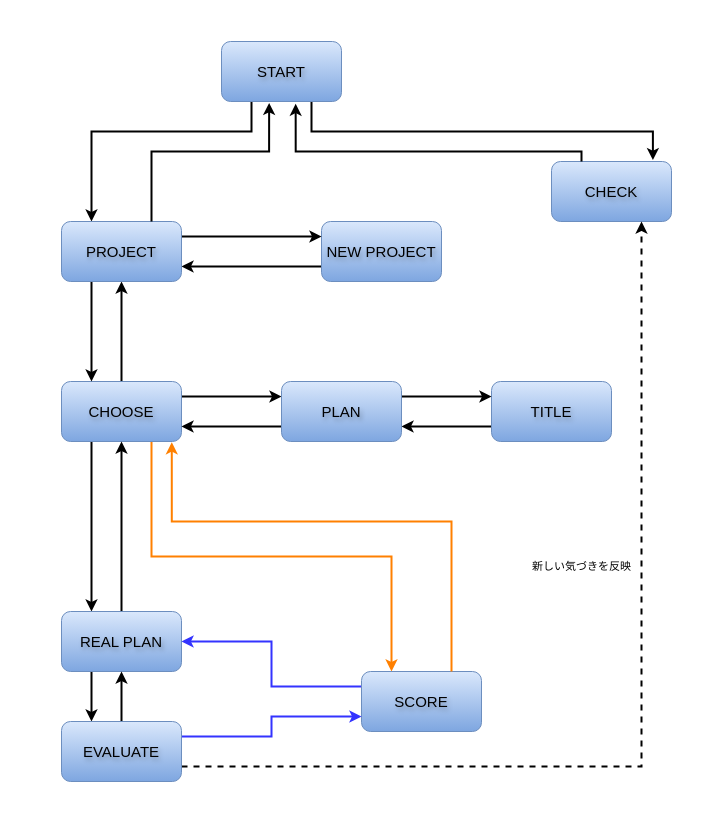
The draw.io diagram docs/flow.dio in exuniqx/re-plan, before the edit. Source tidied: cells renumbered, new cells numbered last; positions are measured from the earlier drawing's top-left corner, leaving out a move shared by most shapes. Both pictures are drawn from the tidied source at 100%, with x=0, y=0 at pixel (61, 41).
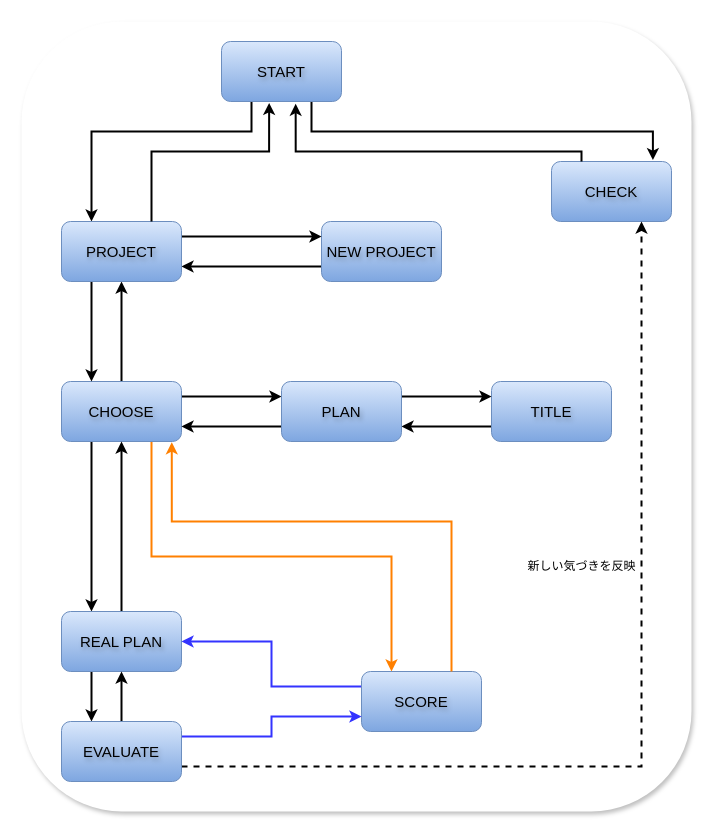
The same page after the edit.

Commit message (it also covers changes not shown here):
docs: update flow diagram background

Change to the diagram source:
```diff
@@
+    <mxCell id="34" style="rounded=1;whiteSpace=wrap;html=1;strokeColor=none;glass=0;shadow=1;" parent="1" vertex="1">
+      <mxGeometry x="-40" y="-20" width="670" height="790" as="geometry" />
+    </mxCell>
@@
-    <mxCell id="33" value="新しい気づきを反映" style="text;html=1;align=center;verticalAlign=middle;strokeColor=none;fillColor=none;fontFamily=Helvetica;fontSize=11;fontColor=default;labelBackgroundColor=default;" parent="1" vertex="1">
-      <mxGeometry x="460" y="510" width="120" height="30" as="geometry" />
+    <mxCell id="33" value="新しい気づきを反映" style="text;html=1;align=center;verticalAlign=middle;strokeColor=none;fillColor=none;fontFamily=Helvetica;fontSize=12;fontColor=default;labelBackgroundColor=default;" parent="1" vertex="1">
+      <mxGeometry x="455" y="510" width="130" height="30" as="geometry" />
     </mxCell>
```
